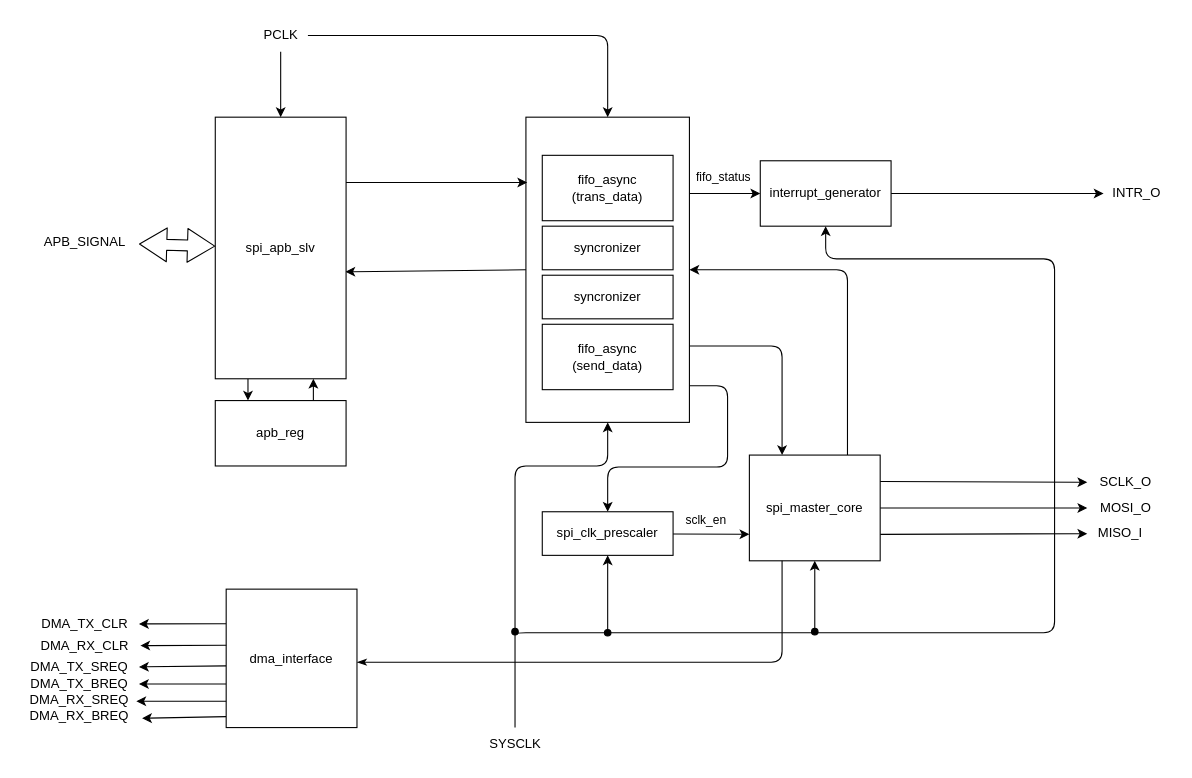
The draw.io diagram page "Page-1" (1 of 4) of peripheral/spi/doc/spi.drawio in YKengo1224/rtl-ip-library, before the edit. Source tidied: cells renumbered, new cells numbered last; positions are measured from the earlier drawing's top-left corner, leaving out a move shared by most shapes. Both pictures are drawn from the tidied source at 109%, with x=0, y=0 at pixel (19, 19).
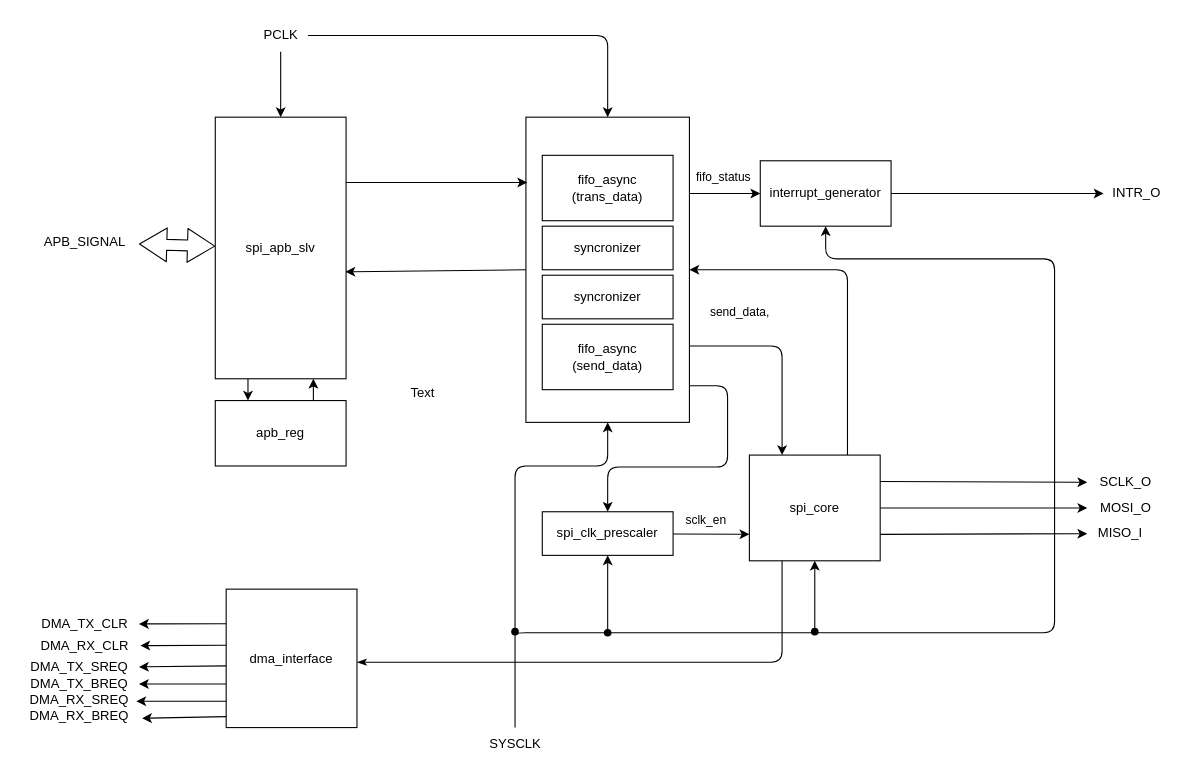
The same diagram, later.

Unchanged cells that the change refers to:
```xml
<mxCell id="2" style="edgeStyle=elbowEdgeStyle;html=1;exitX=1;exitY=0.75;exitDx=0;exitDy=0;entryX=0.25;entryY=0;entryDx=0;entryDy=0;" parent="1" edge="1" source="7" target="28">
  <mxGeometry relative="1" as="geometry">
    <Array as="points">
      <mxPoint x="700" y="340" />
    </Array>
  </mxGeometry>
</mxCell>
```

The edit, as a diff of the source:
```diff
@@
+    <mxCell id="55" value="send_data,&lt;div&gt;&lt;br/&gt;&lt;/div&gt;" style="edgeLabel;html=1;align=center;verticalAlign=middle;" parent="2" vertex="1">
+      <mxGeometry x="-0.38" relative="1" as="geometry">
+        <mxPoint x="-12" y="-25" as="offset" />
+      </mxGeometry>
+    </mxCell>
@@
-    <mxCell id="28" value="spi_master_core" style="whiteSpace=wrap;html=1;" parent="1" vertex="1">
+    <mxCell id="28" value="spi_core" style="whiteSpace=wrap;html=1;" parent="1" vertex="1">
       <mxGeometry x="670" y="400" width="120" height="97" as="geometry" />
     </mxCell>
@@
+    <mxCell id="56" value="Text" style="text;html=1;align=center;verticalAlign=middle;strokeColor=none;fillColor=none;" parent="1" vertex="1">
+      <mxGeometry x="345" y="328" width="50" height="30" as="geometry" />
+    </mxCell>
```
